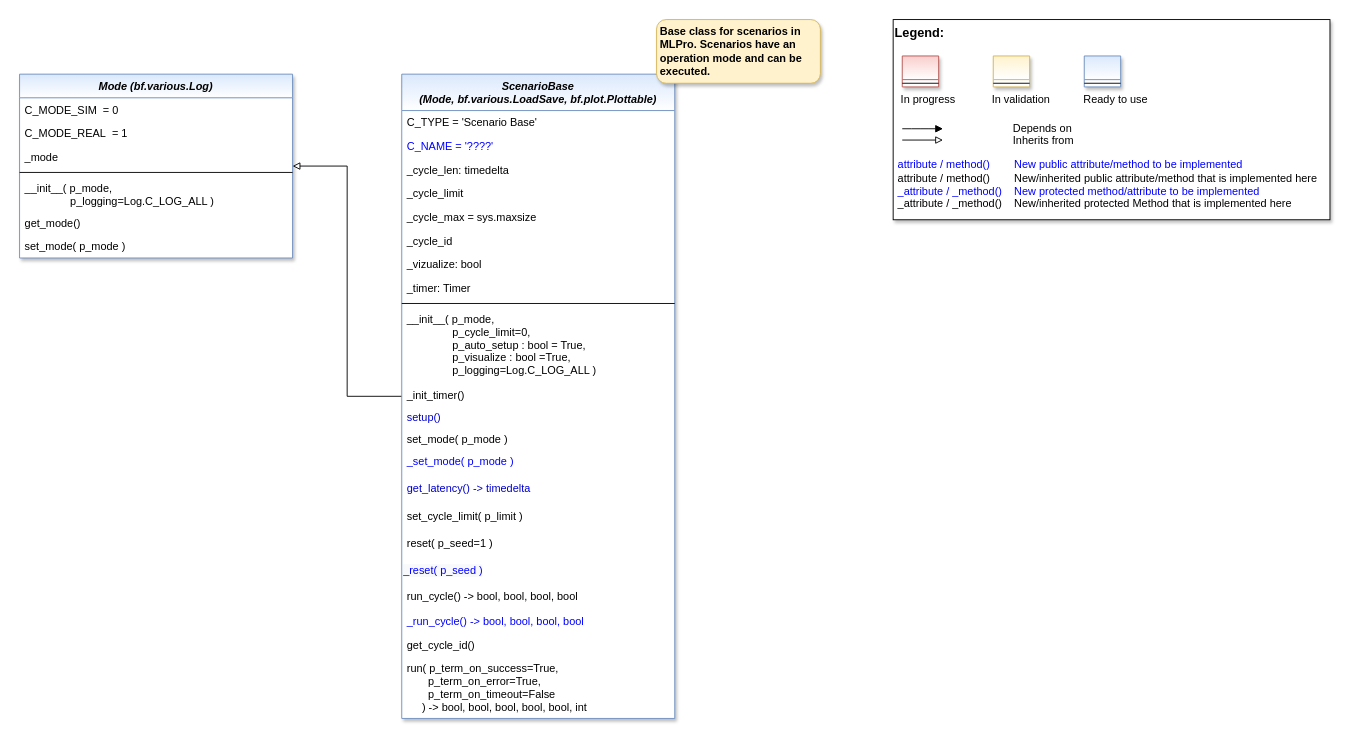
Before: doc/rtd/content/04_appendices/appendix2/sub/core/mlpro_bf/layer1_computation/images/MLPro-BF-OPS_class_diagram.drawio in fhswf/MLPro, a draw.io diagram. Source tidied: cells renumbered, new cells numbered last; positions are measured from the earlier drawing's top-left corner, leaving out a move shared by most shapes. Both pictures are drawn from the tidied source at 91%, with x=0, y=0 at pixel (19, 19).
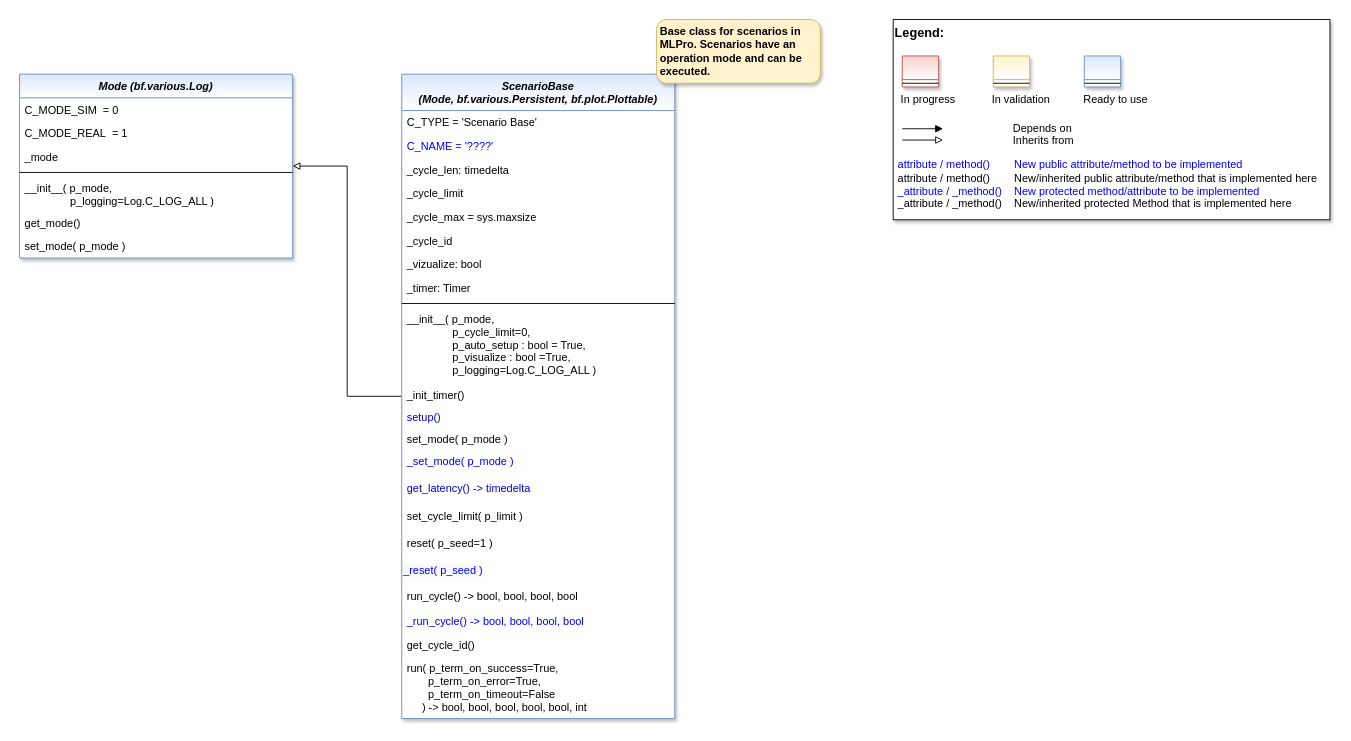
After the change.

What changed in the source:
```diff
@@
-    <mxCell id="11" value="ScenarioBase&#10;(Mode, bf.various.LoadSave, bf.plot.Plottable)" style="swimlane;fontStyle=3;align=center;verticalAlign=top;horizontal=1;startSize=40;rounded=0;shadow=1;strokeWidth=1;fillColor=#dae8fc;strokeColor=#6c8ebf;gradientColor=#ffffff;swimlaneFillColor=#ffffff;" parent="1" vertex="1">
+    <mxCell id="11" value="ScenarioBase&#10;(Mode, bf.various.Persistent, bf.plot.Plottable)" style="swimlane;fontStyle=3;align=center;verticalAlign=top;horizontal=1;startSize=40;rounded=0;shadow=1;strokeWidth=1;fillColor=#dae8fc;strokeColor=#6c8ebf;gradientColor=#ffffff;swimlaneFillColor=#ffffff;" parent="1" vertex="1">
       <mxGeometry x="420" y="60" width="300" height="708" as="geometry" />
     </mxCell>
```
